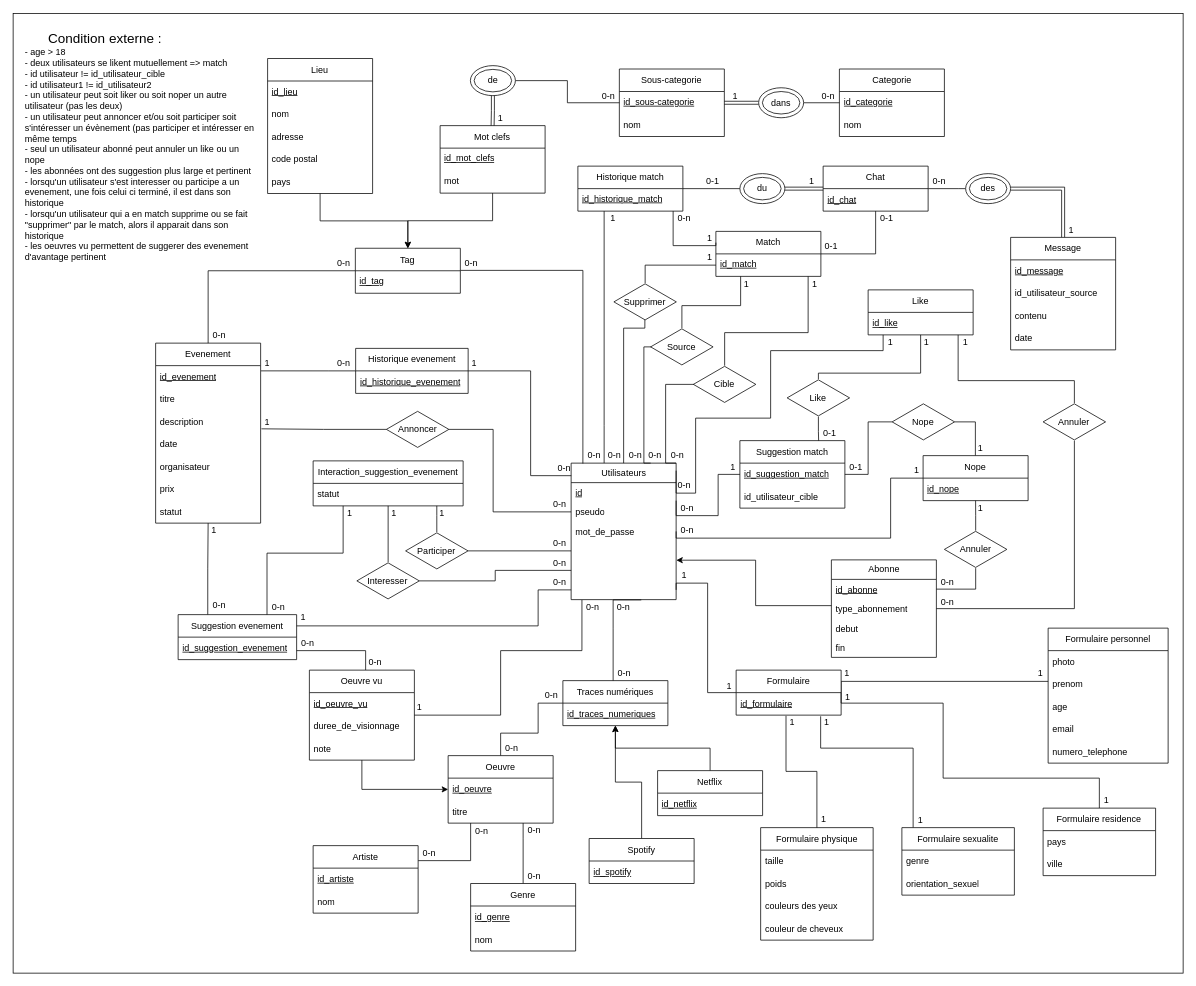
Before: ER.drawio in SuyuKuka/Le-Big-Match-Big-Brother-Is-Matching-You, a draw.io diagram. Source tidied: cells renumbered, new cells numbered last; positions are measured from the earlier drawing's top-left corner, leaving out a move shared by most shapes. Both pictures are drawn from the tidied source at 75%, with x=0, y=0 at pixel (13, 13).
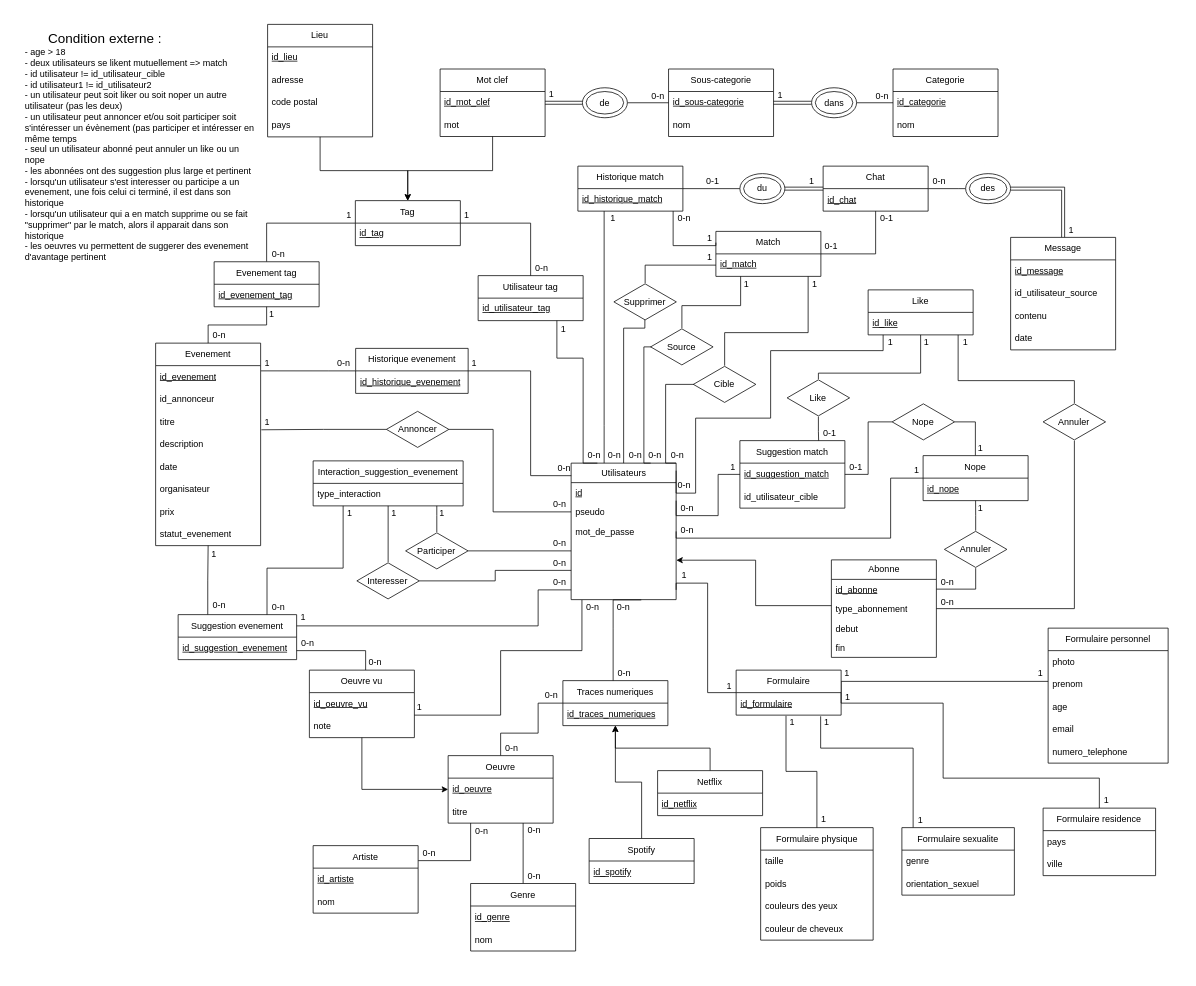
After the change.

Unchanged cells that the change refers to:
```xml
<mxCell id="6" value="Utilisateurs" style="swimlane;fontStyle=0;horizontal=1;startSize=26;fillColor=none;html=1;" parent="1" vertex="1">
  <mxGeometry x="744" y="600" width="140" height="182" as="geometry" />
</mxCell>
<mxCell id="53" value="&lt;u&gt;id_tag&lt;/u&gt;" style="text;strokeColor=none;fillColor=none;align=left;verticalAlign=top;spacingLeft=4;spacingRight=4;overflow=hidden;points=[[0,0.5],[1,0.5]];portConstraint=eastwest;whiteSpace=wrap;html=1;" parent="52" vertex="1">
  <mxGeometry y="30" width="140" height="30" as="geometry" />
</mxCell>
<mxCell id="77" value="Annoncer" style="html=1;whiteSpace=wrap;shape=isoRectangle;" parent="1" vertex="1">
  <mxGeometry x="497.7" y="530" width="83.3" height="50" as="geometry" />
</mxCell>
<mxCell id="101" value="Suggestion evenement" style="swimlane;fontStyle=0;horizontal=1;startSize=30;whiteSpace=wrap;html=1;" parent="1" vertex="1">
  <mxGeometry x="220" y="802" width="158" height="60" as="geometry" />
</mxCell>
<mxCell id="215" value="Interaction_suggestion_evenement" style="swimlane;fontStyle=0;horizontal=1;startSize=30;whiteSpace=wrap;html=1;" parent="1" vertex="1">
  <mxGeometry x="400" y="597" width="200" height="60" as="geometry" />
</mxCell>
```

Change to the diagram source:
```diff
@@
-    <mxCell id="2" style="rounded=0;whiteSpace=wrap;html=1;" parent="1" vertex="1">
-      <mxGeometry y="0.5" width="1560" height="1279.5" as="geometry" />
-    </mxCell>
@@
-    <mxCell id="4" style="edgeStyle=orthogonalEdgeStyle;rounded=0;jettySize=auto;html=1;exitX=0.112;exitY=0.003;exitDx=0;exitDy=0;endArrow=none;startFill=0;exitPerimeter=0;" parent="1" edge="1" source="6" target="52">
-      <mxGeometry relative="1" as="geometry">
-        <Array as="points">
-          <mxPoint x="760" y="343" />
-        </Array>
-      </mxGeometry>
-    </mxCell>
@@
     <mxCell id="44" value="Evenement" style="swimlane;fontStyle=0;horizontal=1;startSize=30;whiteSpace=wrap;html=1;" parent="1" vertex="1">
-      <mxGeometry x="190" y="440" width="140" height="240" as="geometry" />
+      <mxGeometry x="190" y="440" width="140" height="270" as="geometry" />
     </mxCell>
@@
+    <mxCell id="255" value="id_annonceur" style="text;strokeColor=none;fillColor=none;align=left;verticalAlign=middle;spacingLeft=4;spacingRight=4;overflow=hidden;whiteSpace=wrap;html=1;" parent="44" vertex="1">
+      <mxGeometry y="60" width="140" height="30" as="geometry" />
+    </mxCell>
     <mxCell id="46" value="titre" style="text;strokeColor=none;fillColor=none;align=left;verticalAlign=middle;spacingLeft=4;spacingRight=4;overflow=hidden;points=[[0,0.5],[1,0.5]];portConstraint=eastwest;whiteSpace=wrap;html=1;" parent="44" vertex="1">
-      <mxGeometry y="60" width="140" height="30" as="geometry" />
+      <mxGeometry y="90" width="140" height="30" as="geometry" />
     </mxCell>
     <mxCell id="47" value="description" style="text;strokeColor=none;fillColor=none;align=left;verticalAlign=middle;spacingLeft=4;spacingRight=4;overflow=hidden;points=[[0,0.5],[1,0.5]];portConstraint=eastwest;whiteSpace=wrap;html=1;" parent="44" vertex="1">
-      <mxGeometry y="90" width="140" height="30" as="geometry" />
+      <mxGeometry y="120" width="140" height="30" as="geometry" />
     </mxCell>
     <mxCell id="48" value="date" style="text;strokeColor=none;fillColor=none;align=left;verticalAlign=middle;spacingLeft=4;spacingRight=4;overflow=hidden;whiteSpace=wrap;html=1;" parent="44" vertex="1">
-      <mxGeometry y="120" width="140" height="30" as="geometry" />
+      <mxGeometry y="150" width="140" height="30" as="geometry" />
     </mxCell>
     <mxCell id="49" value="organisateur" style="text;strokeColor=none;fillColor=none;align=left;verticalAlign=middle;spacingLeft=4;spacingRight=4;overflow=hidden;whiteSpace=wrap;html=1;" parent="44" vertex="1">
-      <mxGeometry y="150" width="140" height="30" as="geometry" />
+      <mxGeometry y="180" width="140" height="30" as="geometry" />
     </mxCell>
     <mxCell id="50" value="prix" style="text;strokeColor=none;fillColor=none;align=left;verticalAlign=middle;spacingLeft=4;spacingRight=4;overflow=hidden;whiteSpace=wrap;html=1;" parent="44" vertex="1">
-      <mxGeometry y="180" width="140" height="30" as="geometry" />
+      <mxGeometry y="210" width="140" height="30" as="geometry" />
     </mxCell>
-    <mxCell id="51" value="statut" style="text;strokeColor=none;fillColor=none;align=left;verticalAlign=middle;spacingLeft=4;spacingRight=4;overflow=hidden;whiteSpace=wrap;html=1;" parent="44" vertex="1">
-      <mxGeometry y="210" width="140" height="30" as="geometry" />
+    <mxCell id="51" value="statut_evenement" style="text;strokeColor=none;fillColor=none;align=left;verticalAlign=middle;spacingLeft=4;spacingRight=4;overflow=hidden;whiteSpace=wrap;html=1;" parent="44" vertex="1">
+      <mxGeometry y="240" width="140" height="30" as="geometry" />
     </mxCell>
+    <mxCell id="256" style="edgeStyle=orthogonalEdgeStyle;rounded=0;jettySize=auto;html=1;endArrow=none;startFill=0;" parent="1" edge="1" source="52" target="262">
+      <mxGeometry relative="1" as="geometry" />
+    </mxCell>
     <mxCell id="52" value="Tag" style="swimlane;fontStyle=0;horizontal=1;startSize=30;whiteSpace=wrap;html=1;" parent="1" vertex="1">
-      <mxGeometry x="456.3" y="313.5" width="140" height="60" as="geometry" />
+      <mxGeometry x="456.3" y="250" width="140" height="60" as="geometry" />
     </mxCell>
@@
     <mxCell id="54" style="edgeStyle=orthogonalEdgeStyle;rounded=0;jettySize=auto;html=1;entryX=0.5;entryY=0;entryDx=0;entryDy=0;" parent="1" edge="1" source="55" target="52">
-      <mxGeometry relative="1" as="geometry" />
+      <mxGeometry relative="1" as="geometry">
+        <Array as="points">
+          <mxPoint x="409" y="210" />
+          <mxPoint x="526" y="210" />
+        </Array>
+      </mxGeometry>
     </mxCell>
     <mxCell id="55" value="Lieu" style="swimlane;fontStyle=0;horizontal=1;startSize=30;whiteSpace=wrap;html=1;" parent="1" vertex="1">
-      <mxGeometry x="339.3" y="60.5" width="140" height="180" as="geometry" />
+      <mxGeometry x="339.3" y="15" width="140" height="150" as="geometry" />
     </mxCell>
@@
-    <mxCell id="57" value="nom" style="text;strokeColor=none;fillColor=none;align=left;verticalAlign=top;spacingLeft=4;spacingRight=4;overflow=hidden;whiteSpace=wrap;html=1;" parent="55" vertex="1">
-      <mxGeometry y="60" width="140" height="30" as="geometry" />
-    </mxCell>
     <mxCell id="58" value="adresse" style="text;strokeColor=none;fillColor=none;align=left;verticalAlign=top;spacingLeft=4;spacingRight=4;overflow=hidden;whiteSpace=wrap;html=1;" parent="55" vertex="1">
-      <mxGeometry y="90" width="140" height="30" as="geometry" />
+      <mxGeometry y="60" width="140" height="30" as="geometry" />
     </mxCell>
     <mxCell id="59" value="code postal" style="text;strokeColor=none;fillColor=none;align=left;verticalAlign=top;spacingLeft=4;spacingRight=4;overflow=hidden;whiteSpace=wrap;html=1;" parent="55" vertex="1">
-      <mxGeometry y="120" width="140" height="30" as="geometry" />
+      <mxGeometry y="90" width="140" height="30" as="geometry" />
     </mxCell>
     <mxCell id="60" value="pays" style="text;strokeColor=none;fillColor=none;align=left;verticalAlign=top;spacingLeft=4;spacingRight=4;overflow=hidden;whiteSpace=wrap;html=1;" parent="55" vertex="1">
-      <mxGeometry y="150" width="140" height="30" as="geometry" />
+      <mxGeometry y="120" width="140" height="30" as="geometry" />
     </mxCell>
     <mxCell id="61" style="edgeStyle=orthogonalEdgeStyle;rounded=0;jettySize=auto;html=1;" parent="1" edge="1" source="62" target="52">
-      <mxGeometry relative="1" as="geometry" />
+      <mxGeometry relative="1" as="geometry">
+        <Array as="points">
+          <mxPoint x="639" y="210" />
+          <mxPoint x="526" y="210" />
+        </Array>
+      </mxGeometry>
     </mxCell>
-    <mxCell id="62" value="Mot clefs" style="swimlane;fontStyle=0;horizontal=1;startSize=30;whiteSpace=wrap;html=1;" parent="1" vertex="1">
-      <mxGeometry x="569.3" y="150" width="140" height="90" as="geometry" />
+    <mxCell id="62" value="Mot clef" style="swimlane;fontStyle=0;horizontal=1;startSize=30;whiteSpace=wrap;html=1;" parent="1" vertex="1">
+      <mxGeometry x="569.3" y="74.5" width="140" height="90" as="geometry" />
     </mxCell>
-    <mxCell id="63" value="&lt;u&gt;id_mot_clefs&lt;/u&gt;" style="text;strokeColor=none;fillColor=none;align=left;verticalAlign=top;spacingLeft=4;spacingRight=4;overflow=hidden;whiteSpace=wrap;html=1;" parent="62" vertex="1">
+    <mxCell id="63" value="&lt;u&gt;id_mot_clef&lt;/u&gt;" style="text;strokeColor=none;fillColor=none;align=left;verticalAlign=top;spacingLeft=4;spacingRight=4;overflow=hidden;whiteSpace=wrap;html=1;" parent="62" vertex="1">
       <mxGeometry y="30" width="140" height="30" as="geometry" />
     </mxCell>
@@
     <mxCell id="65" value="Sous-categorie" style="swimlane;fontStyle=0;horizontal=1;startSize=30;whiteSpace=wrap;html=1;" parent="1" vertex="1">
-      <mxGeometry x="808.3" y="74.5" width="140" height="90" as="geometry" />
+      <mxGeometry x="873.9" y="74.5" width="140" height="90" as="geometry" />
     </mxCell>
@@
     <mxCell id="68" value="Categorie" style="swimlane;fontStyle=0;horizontal=1;startSize=30;whiteSpace=wrap;html=1;" parent="1" vertex="1">
-      <mxGeometry x="1101.7" y="74.5" width="140" height="90" as="geometry" />
+      <mxGeometry x="1173.2" y="74.5" width="140" height="90" as="geometry" />
     </mxCell>
@@
     <mxCell id="78" value="0-n" style="text;html=1;align=center;verticalAlign=middle;whiteSpace=wrap;rounded=0;" parent="1" vertex="1">
-      <mxGeometry x="1072" y="100.5" width="30" height="20" as="geometry" />
+      <mxGeometry x="1143.6" y="100.5" width="30" height="20" as="geometry" />
     </mxCell>
     <mxCell id="79" value="0-n" style="text;html=1;align=center;verticalAlign=middle;whiteSpace=wrap;rounded=0;" parent="1" vertex="1">
-      <mxGeometry x="779.2" y="100.5" width="30" height="20" as="geometry" />
+      <mxGeometry x="844.8" y="100.5" width="30" height="20" as="geometry" />
     </mxCell>
     <mxCell id="80" value="1" style="text;html=1;align=center;verticalAlign=middle;whiteSpace=wrap;rounded=0;" parent="1" vertex="1">
-      <mxGeometry x="948.3" y="100.5" width="30" height="20" as="geometry" />
+      <mxGeometry x="1008" y="99.5" width="30" height="20" as="geometry" />
     </mxCell>
     <mxCell id="81" value="1" style="text;html=1;align=center;verticalAlign=middle;whiteSpace=wrap;rounded=0;" parent="1" vertex="1">
-      <mxGeometry x="635" y="130" width="30" height="20" as="geometry" />
+      <mxGeometry x="703" y="97.5" width="30" height="20" as="geometry" />
     </mxCell>
@@
-    <mxCell id="97" value="Traces numériques" style="swimlane;fontStyle=0;horizontal=1;startSize=30;whiteSpace=wrap;html=1;" parent="1" vertex="1">
+    <mxCell id="97" value="Traces numeriques" style="swimlane;fontStyle=0;horizontal=1;startSize=30;whiteSpace=wrap;html=1;" parent="1" vertex="1">
       <mxGeometry x="733" y="890" width="140" height="60" as="geometry" />
     </mxCell>
@@
     <mxCell id="142" value="Oeuvre vu" style="swimlane;fontStyle=0;horizontal=1;startSize=30;whiteSpace=wrap;html=1;" parent="1" vertex="1">
-      <mxGeometry x="395" y="876" width="140" height="120" as="geometry" />
+      <mxGeometry x="395" y="876" width="140" height="90" as="geometry" />
     </mxCell>
@@
-    <mxCell id="144" value="duree_de_visionnage" style="text;strokeColor=none;fillColor=none;align=left;verticalAlign=middle;spacingLeft=4;spacingRight=4;overflow=hidden;whiteSpace=wrap;html=1;" parent="142" vertex="1">
-      <mxGeometry y="60" width="140" height="30" as="geometry" />
-    </mxCell>
     <mxCell id="145" value="note" style="text;strokeColor=none;fillColor=none;align=left;verticalAlign=middle;spacingLeft=4;spacingRight=4;overflow=hidden;whiteSpace=wrap;html=1;" parent="142" vertex="1">
-      <mxGeometry y="90" width="140" height="30" as="geometry" />
+      <mxGeometry y="60" width="140" height="30" as="geometry" />
     </mxCell>
@@
-    <mxCell id="161" style="edgeStyle=orthogonalEdgeStyle;rounded=0;jettySize=auto;html=1;endArrow=none;startFill=0;" parent="1" edge="1" source="52" target="44">
-      <mxGeometry relative="1" as="geometry" />
-    </mxCell>
@@
-    <mxCell id="163" style="edgeStyle=orthogonalEdgeStyle;rounded=0;jettySize=auto;html=1;entryX=1.008;entryY=0.809;entryDx=0;entryDy=0;entryPerimeter=0;endArrow=none;startFill=0;" parent="1" edge="1" source="77" target="47">
+    <mxCell id="163" style="edgeStyle=orthogonalEdgeStyle;rounded=0;jettySize=auto;html=1;endArrow=none;startFill=0;entryX=1.007;entryY=0.852;entryDx=0;entryDy=0;entryPerimeter=0;" parent="1" edge="1" source="77" target="46">
       <mxGeometry relative="1" as="geometry" />
     </mxCell>
@@
-    <mxCell id="194" value="0-n" style="text;html=1;align=center;verticalAlign=middle;whiteSpace=wrap;rounded=0;" parent="1" vertex="1">
-      <mxGeometry x="596.3" y="323" width="30" height="20" as="geometry" />
-    </mxCell>
-    <mxCell id="195" value="0-n" style="text;html=1;align=center;verticalAlign=middle;whiteSpace=wrap;rounded=0;" parent="1" vertex="1">
-      <mxGeometry x="426.3" y="323" width="30" height="20" as="geometry" />
-    </mxCell>
@@
     <mxCell id="213" value="1" style="text;html=1;align=center;verticalAlign=middle;whiteSpace=wrap;rounded=0;" parent="1" vertex="1">
-      <mxGeometry x="253" y="680" width="30" height="20" as="geometry" />
+      <mxGeometry x="253" y="712" width="30" height="20" as="geometry" />
     </mxCell>
     <mxCell id="214" style="edgeStyle=orthogonalEdgeStyle;rounded=0;jettySize=auto;html=1;entryX=0.75;entryY=0;entryDx=0;entryDy=0;endArrow=none;startFill=0;" parent="1" edge="1" source="215" target="101">
       <mxGeometry relative="1" as="geometry">
         <Array as="points">
-          <mxPoint x="440" y="720" />
-          <mxPoint x="338" y="720" />
+          <mxPoint x="440" y="740" />
+          <mxPoint x="338" y="740" />
         </Array>
       </mxGeometry>
     </mxCell>
@@
-    <mxCell id="216" value="statut" style="text;strokeColor=none;fillColor=none;align=left;verticalAlign=middle;spacingLeft=4;spacingRight=4;overflow=hidden;whiteSpace=wrap;html=1;" parent="215" vertex="1">
+    <mxCell id="216" value="type_interaction" style="text;strokeColor=none;fillColor=none;align=left;verticalAlign=middle;spacingLeft=4;spacingRight=4;overflow=hidden;whiteSpace=wrap;html=1;" parent="215" vertex="1">
       <mxGeometry y="30" width="200" height="30" as="geometry" />
     </mxCell>
@@
     <mxCell id="240" style="ellipse;whiteSpace=wrap;html=1;" parent="1" vertex="1">
-      <mxGeometry x="994" y="99.5" width="60" height="40" as="geometry" />
+      <mxGeometry x="1064.6" y="99.5" width="60" height="40" as="geometry" />
     </mxCell>
     <mxCell id="241" value="dans" style="ellipse;whiteSpace=wrap;html=1;" parent="1" vertex="1">
-      <mxGeometry x="999" y="104.5" width="50" height="30" as="geometry" />
+      <mxGeometry x="1069.6" y="104.5" width="50" height="30" as="geometry" />
     </mxCell>
@@
     <mxCell id="244" style="ellipse;whiteSpace=wrap;html=1;" parent="1" vertex="1">
-      <mxGeometry x="609.7" y="70" width="60" height="40" as="geometry" />
+      <mxGeometry x="759" y="99.5" width="60" height="40" as="geometry" />
     </mxCell>
     <mxCell id="245" value="de" style="ellipse;whiteSpace=wrap;html=1;" parent="1" vertex="1">
-      <mxGeometry x="614.7" y="75" width="50" height="30" as="geometry" />
+      <mxGeometry x="764" y="104.5" width="50" height="30" as="geometry" />
     </mxCell>
@@
+    <mxCell id="257" style="edgeStyle=orthogonalEdgeStyle;rounded=0;jettySize=auto;html=1;exitX=0.75;exitY=1;exitDx=0;exitDy=0;entryX=0.25;entryY=0;entryDx=0;entryDy=0;endArrow=none;startFill=0;" parent="1" edge="1" source="258" target="6">
+      <mxGeometry relative="1" as="geometry">
+        <Array as="points">
+          <mxPoint x="725" y="460" />
+          <mxPoint x="760" y="460" />
+          <mxPoint x="760" y="600" />
+        </Array>
+      </mxGeometry>
+    </mxCell>
+    <mxCell id="258" value="Utilisateur tag" style="swimlane;fontStyle=0;horizontal=1;startSize=30;whiteSpace=wrap;html=1;" parent="1" vertex="1">
+      <mxGeometry x="620" y="350" width="140" height="60" as="geometry" />
+    </mxCell>
+    <mxCell id="259" value="&lt;u&gt;id_utilisateur_tag&lt;/u&gt;" style="text;strokeColor=none;fillColor=none;align=left;verticalAlign=top;spacingLeft=4;spacingRight=4;overflow=hidden;whiteSpace=wrap;html=1;" parent="258" vertex="1">
+      <mxGeometry y="30" width="140" height="30" as="geometry" />
+    </mxCell>
+    <mxCell id="260" style="edgeStyle=orthogonalEdgeStyle;rounded=0;jettySize=auto;html=1;endArrow=none;startFill=0;" parent="1" edge="1" source="53" target="258">
+      <mxGeometry relative="1" as="geometry">
+        <Array as="points">
+          <mxPoint x="690" y="280" />
+        </Array>
+      </mxGeometry>
+    </mxCell>
+    <mxCell id="261" style="edgeStyle=orthogonalEdgeStyle;rounded=0;jettySize=auto;html=1;entryX=0.5;entryY=0;entryDx=0;entryDy=0;endArrow=none;startFill=0;" parent="1" edge="1" source="262" target="44">
+      <mxGeometry relative="1" as="geometry" />
+    </mxCell>
+    <mxCell id="262" value="Evenement tag" style="swimlane;fontStyle=0;horizontal=1;startSize=30;whiteSpace=wrap;html=1;" parent="1" vertex="1">
+      <mxGeometry x="268" y="331.5" width="140" height="60" as="geometry" />
+    </mxCell>
+    <mxCell id="263" value="&lt;u&gt;id_evenement_tag&lt;/u&gt;" style="text;strokeColor=none;fillColor=none;align=left;verticalAlign=top;spacingLeft=4;spacingRight=4;overflow=hidden;whiteSpace=wrap;html=1;" parent="262" vertex="1">
+      <mxGeometry y="30" width="140" height="30" as="geometry" />
+    </mxCell>
+    <mxCell id="264" value="1" style="text;html=1;align=center;verticalAlign=middle;whiteSpace=wrap;rounded=0;" parent="1" vertex="1">
+      <mxGeometry x="330" y="391.5" width="30" height="20" as="geometry" />
+    </mxCell>
+    <mxCell id="265" value="1" style="text;html=1;align=center;verticalAlign=middle;whiteSpace=wrap;rounded=0;" parent="1" vertex="1">
+      <mxGeometry x="719" y="411.5" width="30" height="20" as="geometry" />
+    </mxCell>
+    <mxCell id="266" value="0-n" style="text;html=1;align=center;verticalAlign=middle;whiteSpace=wrap;rounded=0;" parent="1" vertex="1">
+      <mxGeometry x="339.3" y="311.5" width="30" height="20" as="geometry" />
+    </mxCell>
+    <mxCell id="267" value="0-n" style="text;html=1;align=center;verticalAlign=middle;whiteSpace=wrap;rounded=0;" parent="1" vertex="1">
+      <mxGeometry x="690" y="330" width="30" height="20" as="geometry" />
+    </mxCell>
+    <mxCell id="268" value="1" style="text;html=1;align=center;verticalAlign=middle;whiteSpace=wrap;rounded=0;" parent="1" vertex="1">
+      <mxGeometry x="590" y="260" width="30" height="20" as="geometry" />
+    </mxCell>
+    <mxCell id="269" value="1" style="text;html=1;align=center;verticalAlign=middle;whiteSpace=wrap;rounded=0;" parent="1" vertex="1">
+      <mxGeometry x="432.7" y="260" width="30" height="20" as="geometry" />
+    </mxCell>
```
